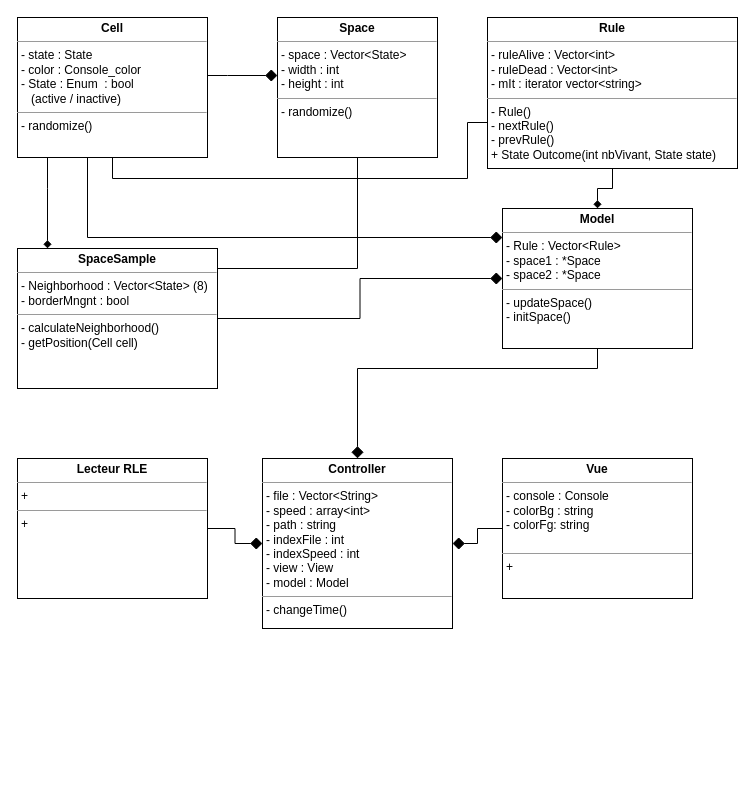
This is GameOfLife.drawio from pherrephatta/gameoflife, a draw.io file, before an edit. Source tidied: cells renumbered, new cells numbered last; positions are measured from the earlier drawing's top-left corner, leaving out a move shared by most shapes. Both pictures are drawn from the tidied source at 100%, with x=0, y=0 at pixel (17, 17).
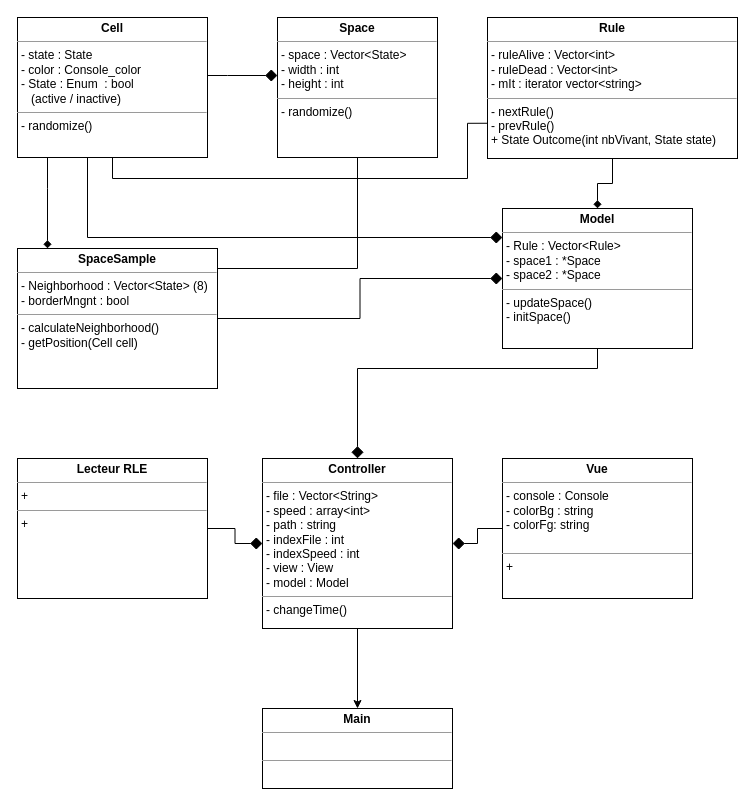
Above is the later version.

The change refers to these unchanged cells:
```xml
<mxCell id="18" value="&lt;p style=&quot;margin: 0px ; margin-top: 4px ; text-align: center&quot;&gt;&lt;b&gt;Controller&lt;/b&gt;&lt;/p&gt;&lt;hr size=&quot;1&quot;&gt;&lt;p style=&quot;margin: 0px ; margin-left: 4px&quot;&gt;- file : Vector&amp;lt;String&amp;gt;&lt;/p&gt;&lt;p style=&quot;margin: 0px ; margin-left: 4px&quot;&gt;- speed : array&amp;lt;int&amp;gt;&lt;/p&gt;&lt;p style=&quot;margin: 0px ; margin-left: 4px&quot;&gt;- path : string&lt;/p&gt;&lt;p style=&quot;margin: 0px ; margin-left: 4px&quot;&gt;- indexFile : int&lt;/p&gt;&lt;p style=&quot;margin: 0px ; margin-left: 4px&quot;&gt;- indexSpeed : int&lt;/p&gt;&lt;p style=&quot;margin: 0px ; margin-left: 4px&quot;&gt;- view : View&lt;/p&gt;&lt;p style=&quot;margin: 0px ; margin-left: 4px&quot;&gt;- model : Model&lt;/p&gt;&lt;hr size=&quot;1&quot;&gt;&lt;p style=&quot;margin: 0px ; margin-left: 4px&quot;&gt;- changeTime()&lt;/p&gt;" style="verticalAlign=top;align=left;overflow=fill;fontSize=12;fontFamily=Helvetica;html=1;rounded=0;shadow=0;comic=0;labelBackgroundColor=none;strokeWidth=1;" parent="1" vertex="1">
  <mxGeometry x="245" y="441" width="190" height="170" as="geometry" />
</mxCell>
```

Change to the diagram source:
```diff
@@
-    <mxCell id="17" value="&lt;p style=&quot;margin: 4px 0px 0px ; text-align: center&quot;&gt;&lt;b&gt;Rule&lt;/b&gt;&lt;/p&gt;&lt;hr size=&quot;1&quot;&gt;&lt;p style=&quot;margin: 0px 0px 0px 4px&quot;&gt;- ruleAlive : Vector&amp;lt;int&amp;gt;&lt;/p&gt;&lt;p style=&quot;margin: 0px 0px 0px 4px&quot;&gt;&lt;span&gt;- ruleDead : Vector&amp;lt;int&amp;gt;&lt;/span&gt;&lt;/p&gt;&lt;p style=&quot;margin: 0px 0px 0px 4px&quot;&gt;&lt;span&gt;- mIt : iterator vector&amp;lt;string&amp;gt;&lt;/span&gt;&lt;br&gt;&lt;/p&gt;&lt;hr size=&quot;1&quot;&gt;&lt;p style=&quot;margin: 0px 0px 0px 4px&quot;&gt;- Rule()&lt;/p&gt;&lt;p style=&quot;margin: 0px 0px 0px 4px&quot;&gt;&lt;span&gt;- nextRule()&lt;/span&gt;&lt;br&gt;&lt;/p&gt;&lt;p style=&quot;margin: 0px 0px 0px 4px&quot;&gt;- prevRule()&lt;/p&gt;&lt;p style=&quot;margin: 0px 0px 0px 4px&quot;&gt;+ State Outcome(int nbVivant, State state)&lt;/p&gt;" style="verticalAlign=top;align=left;overflow=fill;fontSize=12;fontFamily=Helvetica;html=1;rounded=0;shadow=0;comic=0;labelBackgroundColor=none;strokeWidth=1;" parent="1" vertex="1">
-      <mxGeometry x="470" width="250" height="151" as="geometry" />
+    <mxCell id="17" value="&lt;p style=&quot;margin: 4px 0px 0px ; text-align: center&quot;&gt;&lt;b&gt;Rule&lt;/b&gt;&lt;/p&gt;&lt;hr size=&quot;1&quot;&gt;&lt;p style=&quot;margin: 0px 0px 0px 4px&quot;&gt;- ruleAlive : Vector&amp;lt;int&amp;gt;&lt;/p&gt;&lt;p style=&quot;margin: 0px 0px 0px 4px&quot;&gt;&lt;span&gt;- ruleDead : Vector&amp;lt;int&amp;gt;&lt;/span&gt;&lt;/p&gt;&lt;p style=&quot;margin: 0px 0px 0px 4px&quot;&gt;&lt;span&gt;- mIt : iterator vector&amp;lt;string&amp;gt;&lt;/span&gt;&lt;br&gt;&lt;/p&gt;&lt;hr size=&quot;1&quot;&gt;&lt;p style=&quot;margin: 0px 0px 0px 4px&quot;&gt;&lt;span&gt;- nextRule()&lt;/span&gt;&lt;br&gt;&lt;/p&gt;&lt;p style=&quot;margin: 0px 0px 0px 4px&quot;&gt;- prevRule()&lt;/p&gt;&lt;p style=&quot;margin: 0px 0px 0px 4px&quot;&gt;+ State Outcome(int nbVivant, State state)&lt;/p&gt;" style="verticalAlign=top;align=left;overflow=fill;fontSize=12;fontFamily=Helvetica;html=1;rounded=0;shadow=0;comic=0;labelBackgroundColor=none;strokeWidth=1;" parent="1" vertex="1">
+      <mxGeometry x="470" width="250" height="141" as="geometry" />
     </mxCell>
+    <mxCell id="21" style="edgeStyle=orthogonalEdgeStyle;rounded=0;jettySize=auto;html=1;" parent="1" edge="1" source="18" target="22">
+      <mxGeometry relative="1" as="geometry" />
+    </mxCell>
@@
+    <mxCell id="22" value="&lt;p style=&quot;margin: 0px ; margin-top: 4px ; text-align: center&quot;&gt;&lt;b&gt;Main&lt;/b&gt;&lt;/p&gt;&lt;hr size=&quot;1&quot;&gt;&lt;p style=&quot;margin: 0px ; margin-left: 4px&quot;&gt;&lt;br&gt;&lt;/p&gt;&lt;hr size=&quot;1&quot;&gt;&lt;p style=&quot;margin: 0px ; margin-left: 4px&quot;&gt;&lt;br&gt;&lt;/p&gt;" style="verticalAlign=top;align=left;overflow=fill;fontSize=12;fontFamily=Helvetica;html=1;rounded=0;shadow=0;comic=0;labelBackgroundColor=none;strokeWidth=1;" parent="1" vertex="1">
+      <mxGeometry x="245" y="691" width="190" height="80" as="geometry" />
+    </mxCell>
```
